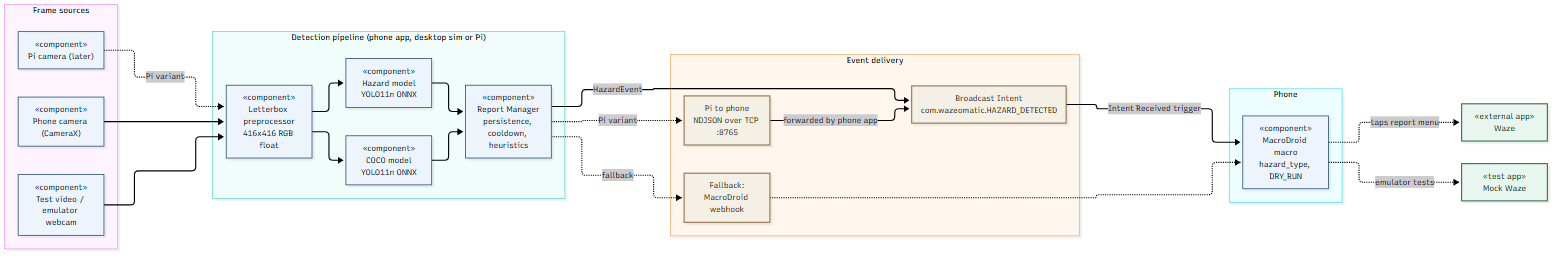
blakepennel/wazeomatic keeps this Mermaid diagram as docs/diagrams/01_component.png. Above is the earlier version. Its source is kept beside it as docs/diagrams/01_component.mmd.
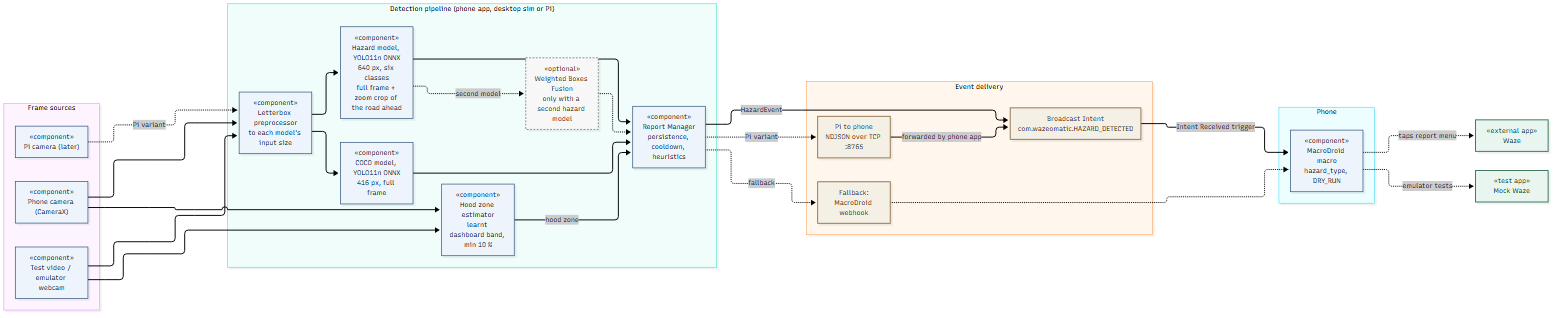
After the commit.

The edit, as a diff of the source:
```diff
@@ -8,14 +8,19 @@
 
     subgraph Pipeline["Detection pipeline (phone app, desktop sim or Pi)"]
         direction TB
-        Prep["«component»<br/>Letterbox preprocessor<br/>416x416 RGB float"]
-        Hazard["«component»<br/>Hazard model<br/>YOLO11n ONNX"]
-        Coco["«component»<br/>COCO model<br/>YOLO11n ONNX"]
+        Prep["«component»<br/>Letterbox preprocessor<br/>to each model's input size"]
+        Hazard["«component»<br/>Hazard model, YOLO11n ONNX<br/>640 px, six classes<br/>full frame + zoom crop of the road ahead"]
+        Fuse["«optional»<br/>Weighted Boxes Fusion<br/>only with a second hazard model"]
+        Coco["«component»<br/>COCO model, YOLO11n ONNX<br/>416 px, full frame"]
+        Hood["«component»<br/>Hood zone estimator<br/>learnt dashboard band, min 10 %"]
         RM["«component»<br/>Report Manager<br/>persistence, cooldown, heuristics"]
         Prep --> Hazard
         Prep --> Coco
         Hazard --> RM
+        Hazard -. second model .-> Fuse
+        Fuse -.-> RM
         Coco --> RM
+        Hood -->|hood zone| RM
     end
 
     subgraph Delivery["Event delivery"]
@@ -36,6 +41,8 @@
     Cam --> Prep
     Vid --> Prep
     PiCam -. Pi variant .-> Prep
+    Cam --> Hood
+    Vid --> Hood
     RM -->|HazardEvent| Bcast
     RM -. Pi variant .-> Tcp
     Tcp -->|forwarded by phone app| Bcast
@@ -46,8 +53,10 @@
     Macro -.->|emulator tests| Mock
 
     classDef component fill:#edf4fc,stroke:#35577d,color:#142a42,stroke-width:1.5px;
+    classDef optional fill:#f7f7f7,stroke:#8a8a8a,color:#333333,stroke-dasharray: 4 3;
     classDef transport fill:#f5f0e6,stroke:#92754f,color:#453623;
     classDef external fill:#e9f5ef,stroke:#36755b,color:#173e2c;
-    class Cam,Vid,PiCam,Prep,Hazard,Coco,RM,Macro component;
+    class Cam,Vid,PiCam,Prep,Hazard,Coco,Hood,RM,Macro component;
+    class Fuse optional;
     class Bcast,Tcp,Hook transport;
     class Waze,Mock external;
```
